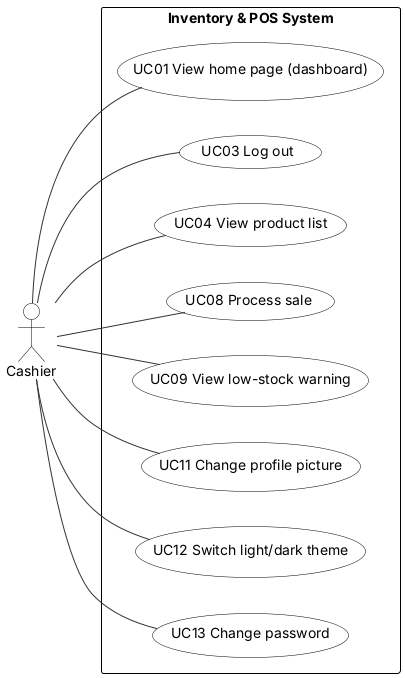
This is diagrams/uml/16_actor_cashier.png from JmlAsync/inventory-pos-system, a PlantUML export, as it was before one commit.
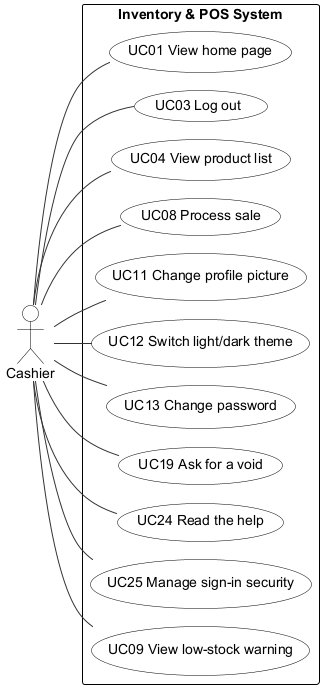
The same file after the commit.

What changed in the source:
```diff
@@ -1,4 +1,5 @@
 @startuml
+!pragma layout smetana
 skinparam defaultFontName Arial
 skinparam shadowing false
 skinparam ArrowColor #333333
@@ -40,21 +41,27 @@
 left to right direction
 actor "Cashier" as A
 rectangle "Inventory & POS System" {
-  usecase "UC01 View home page (dashboard)" as U0
-  usecase "UC03 Log out" as U1
-  usecase "UC04 View product list" as U2
-  usecase "UC08 Process sale" as U3
-  usecase "UC09 View low-stock warning" as U4
-  usecase "UC11 Change profile picture" as U5
-  usecase "UC12 Switch light/dark theme" as U6
-  usecase "UC13 Change password" as U7
+  usecase "UC01 View home page" as UC01
+  usecase "UC03 Log out" as UC03
+  usecase "UC04 View product list" as UC04
+  usecase "UC08 Process sale" as UC08
+  usecase "UC11 Change profile picture" as UC11
+  usecase "UC12 Switch light/dark theme" as UC12
+  usecase "UC13 Change password" as UC13
+  usecase "UC19 Ask for a void" as UC19
+  usecase "UC24 Read the help" as UC24
+  usecase "UC25 Manage sign-in security" as UC25
+  usecase "UC09 View low-stock warning" as UC09
 }
-A -- U0
-A -- U1
-A -- U2
-A -- U3
-A -- U4
-A -- U5
-A -- U6
-A -- U7
+A -- UC01
+A -- UC03
+A -- UC04
+A -- UC08
+A -- UC11
+A -- UC12
+A -- UC13
+A -- UC19
+A -- UC24
+A -- UC25
+A -- UC09
 @enduml
```
